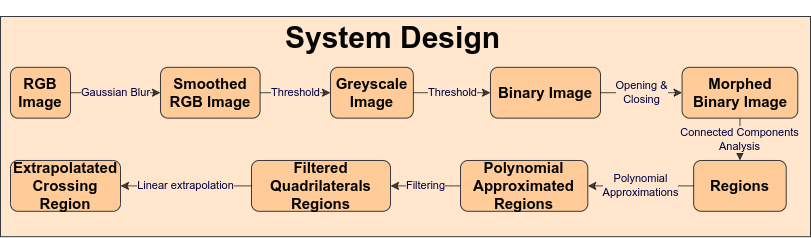
Above: system.png in ADVIKBAHADUR/Pedestrian_Crossing_detector (draw.io), before the change. Source tidied: cells renumbered, new cells last; positions are measured from the earlier drawing's top-left corner, leaving out a move shared by most shapes. The source it was exported from:
```xml
<mxGraphModel>
  <root>
    <mxCell id="0" />
    <mxCell id="1" parent="0" />
    <mxCell id="2" style="group;" parent="1" vertex="1">
      <mxGeometry width="810" height="220.2" as="geometry" />
    </mxCell>
    <mxCell id="3" style="rounded=0;whiteSpace=wrap;html=1;labelBackgroundColor=none;fontSize=15;fillColor=#FFE6CC;strokeColor=#36393d;" parent="2" vertex="1">
      <mxGeometry width="810" height="220.2" as="geometry" />
    </mxCell>
    <mxCell id="4" value="&lt;span style=&quot;font-family: Helvetica; font-size: 15px; font-style: normal; font-variant-ligatures: normal; font-variant-caps: normal; letter-spacing: normal; orphans: 2; text-align: center; text-indent: 0px; text-transform: none; widows: 2; word-spacing: 0px; -webkit-text-stroke-width: 0px; text-decoration-thickness: initial; text-decoration-style: initial; text-decoration-color: initial; float: none; display: inline !important;&quot;&gt;RGB Image&lt;/span&gt;" style="rounded=1;whiteSpace=wrap;html=1;fillColor=#ffcc99;strokeColor=#36393d;fontStyle=1;fontSize=15;fontColor=#050505;labelBackgroundColor=none;" parent="2" vertex="1">
      <mxGeometry x="10" y="50.8" width="60" height="50.8" as="geometry" />
    </mxCell>
    <mxCell id="5" value="&lt;span style=&quot;font-family: Helvetica; font-size: 15px; font-style: normal; font-variant-ligatures: normal; font-variant-caps: normal; letter-spacing: normal; orphans: 2; text-align: center; text-indent: 0px; text-transform: none; widows: 2; word-spacing: 0px; -webkit-text-stroke-width: 0px; text-decoration-thickness: initial; text-decoration-style: initial; text-decoration-color: initial; float: none; display: inline !important;&quot;&gt;Smoothed&lt;br style=&quot;font-size: 15px;&quot;&gt;RGB Image&lt;br style=&quot;font-size: 15px;&quot;&gt;&lt;/span&gt;" style="rounded=1;whiteSpace=wrap;html=1;fillColor=#ffcc99;strokeColor=#36393d;fontStyle=1;fontSize=15;fontColor=#050505;labelBackgroundColor=none;" parent="2" vertex="1">
      <mxGeometry x="160" y="50.8" width="99.6" height="50.8" as="geometry" />
    </mxCell>
    <mxCell id="6" value="&lt;p style=&quot;line-height: 110%;&quot;&gt;Gaussian Blur&lt;/p&gt;" style="edgeStyle=none;html=1;labelBackgroundColor=#FFE6CC;fontColor=#000042;strokeColor=#000000;opacity=70;labelPosition=right;verticalLabelPosition=middle;align=center;verticalAlign=middle;spacingLeft=0;labelBorderColor=none;" parent="2" edge="1" source="4" target="5">
      <mxGeometry relative="1" as="geometry" />
    </mxCell>
    <mxCell id="7" value="&lt;span style=&quot;font-family: Helvetica; font-size: 15px; font-style: normal; font-variant-ligatures: normal; font-variant-caps: normal; letter-spacing: normal; orphans: 2; text-align: center; text-indent: 0px; text-transform: none; widows: 2; word-spacing: 0px; -webkit-text-stroke-width: 0px; text-decoration-thickness: initial; text-decoration-style: initial; text-decoration-color: initial; float: none; display: inline !important;&quot;&gt;Greyscale Image&lt;br style=&quot;font-size: 15px;&quot;&gt;&lt;/span&gt;" style="rounded=1;whiteSpace=wrap;html=1;fillColor=#ffcc99;strokeColor=#36393d;fontStyle=1;fontSize=15;fontColor=#050505;labelBackgroundColor=none;" parent="2" vertex="1">
      <mxGeometry x="330" y="50.8" width="82.8" height="50.8" as="geometry" />
    </mxCell>
    <mxCell id="8" value="Threshold" style="edgeStyle=none;html=1;strokeColor=#000000;labelBackgroundColor=#FFE6CC;fontColor=#000042;opacity=70;align=center;labelPosition=right;verticalLabelPosition=middle;verticalAlign=middle;labelBorderColor=none;" parent="2" edge="1" source="5" target="7">
      <mxGeometry relative="1" as="geometry" />
    </mxCell>
    <mxCell id="9" value="&lt;span style=&quot;font-family: Helvetica; font-size: 15px; font-style: normal; font-variant-ligatures: normal; font-variant-caps: normal; letter-spacing: normal; orphans: 2; text-align: center; text-indent: 0px; text-transform: none; widows: 2; word-spacing: 0px; -webkit-text-stroke-width: 0px; text-decoration-thickness: initial; text-decoration-style: initial; text-decoration-color: initial; float: none; display: inline !important;&quot;&gt;Binary Image&lt;br style=&quot;font-size: 15px;&quot;&gt;&lt;/span&gt;" style="rounded=1;whiteSpace=wrap;html=1;fillColor=#ffcc99;strokeColor=#36393d;fontStyle=1;fontSize=15;fontColor=#050505;labelBackgroundColor=none;" parent="2" vertex="1">
      <mxGeometry x="490" y="50.8" width="110" height="50.8" as="geometry" />
    </mxCell>
    <mxCell id="10" value="Threshold" style="edgeStyle=none;html=1;labelBackgroundColor=#FFE6CC;fontColor=#000042;strokeColor=#000000;opacity=70;align=center;labelPosition=right;verticalLabelPosition=middle;verticalAlign=middle;labelBorderColor=none;" parent="2" edge="1" source="7" target="9">
      <mxGeometry relative="1" as="geometry" />
    </mxCell>
    <mxCell id="11" value="&lt;span style=&quot;font-family: Helvetica; font-size: 15px; font-style: normal; font-variant-ligatures: normal; font-variant-caps: normal; letter-spacing: normal; orphans: 2; text-align: center; text-indent: 0px; text-transform: none; widows: 2; word-spacing: 0px; -webkit-text-stroke-width: 0px; text-decoration-thickness: initial; text-decoration-style: initial; text-decoration-color: initial; float: none; display: inline !important;&quot;&gt;Morphed&lt;br style=&quot;font-size: 15px;&quot;&gt;Binary Image&lt;br style=&quot;font-size: 15px;&quot;&gt;&lt;/span&gt;" style="rounded=1;whiteSpace=wrap;html=1;fillColor=#ffcc99;strokeColor=#36393d;fontStyle=1;fontSize=15;fontColor=#050505;labelBackgroundColor=none;" parent="2" vertex="1">
      <mxGeometry x="681.6" y="50.8" width="115.7" height="50.8" as="geometry" />
    </mxCell>
    <mxCell id="12" value="Opening &amp;amp;&lt;br&gt;Closing" style="edgeStyle=none;html=1;labelBackgroundColor=#FFE6CC;fontColor=#000042;strokeColor=#000000;opacity=70;align=center;labelPosition=right;verticalLabelPosition=middle;verticalAlign=middle;labelBorderColor=none;" parent="2" edge="1" source="9" target="11">
      <mxGeometry relative="1" as="geometry" />
    </mxCell>
    <mxCell id="13" value="&lt;span style=&quot;font-family: Helvetica; font-size: 15px; font-style: normal; font-variant-ligatures: normal; font-variant-caps: normal; letter-spacing: normal; orphans: 2; text-align: center; text-indent: 0px; text-transform: none; widows: 2; word-spacing: 0px; -webkit-text-stroke-width: 0px; text-decoration-thickness: initial; text-decoration-style: initial; text-decoration-color: initial; float: none; display: inline !important;&quot;&gt;Regions&lt;br style=&quot;font-size: 15px;&quot;&gt;&lt;/span&gt;" style="rounded=1;whiteSpace=wrap;html=1;fillColor=#ffcc99;strokeColor=#36393d;fontStyle=1;fontSize=15;fontColor=#050505;labelBackgroundColor=none;" parent="2" vertex="1">
      <mxGeometry x="693.1" y="144" width="92.6" height="50.8" as="geometry" />
    </mxCell>
    <mxCell id="14" value="Connected Components &lt;br&gt;Analysis" style="edgeStyle=none;html=1;labelBackgroundColor=#FFE6CC;fontColor=#000042;strokeColor=#000000;opacity=70;align=center;labelPosition=right;verticalLabelPosition=middle;verticalAlign=middle;labelBorderColor=none;" parent="2" edge="1" source="11" target="13">
      <mxGeometry relative="1" as="geometry" />
    </mxCell>
    <mxCell id="15" value="&lt;span style=&quot;font-family: Helvetica; font-size: 15px; font-style: normal; font-variant-ligatures: normal; font-variant-caps: normal; letter-spacing: normal; orphans: 2; text-align: center; text-indent: 0px; text-transform: none; widows: 2; word-spacing: 0px; -webkit-text-stroke-width: 0px; text-decoration-thickness: initial; text-decoration-style: initial; text-decoration-color: initial; float: none; display: inline !important;&quot;&gt;Filtered Quadrilaterals Regions&lt;br style=&quot;font-size: 15px;&quot;&gt;&lt;/span&gt;" style="rounded=1;whiteSpace=wrap;html=1;fillColor=#ffcc99;strokeColor=#36393d;fontStyle=1;fontSize=15;fontColor=#050505;labelBackgroundColor=none;" parent="2" vertex="1">
      <mxGeometry x="251" y="144" width="139" height="50.8" as="geometry" />
    </mxCell>
    <mxCell id="16" value="&lt;span style=&quot;font-family: Helvetica; font-size: 15px; font-style: normal; font-variant-ligatures: normal; font-variant-caps: normal; letter-spacing: normal; orphans: 2; text-align: center; text-indent: 0px; text-transform: none; widows: 2; word-spacing: 0px; -webkit-text-stroke-width: 0px; text-decoration-thickness: initial; text-decoration-style: initial; text-decoration-color: initial; float: none; display: inline !important;&quot;&gt;Extrapolatated Crossing&lt;br style=&quot;font-size: 15px;&quot;&gt;Region&lt;br style=&quot;font-size: 15px;&quot;&gt;&lt;/span&gt;" style="rounded=1;whiteSpace=wrap;html=1;fillColor=#ffcc99;strokeColor=#36393d;fontStyle=1;fontSize=15;fontColor=#050505;labelBackgroundColor=none;" parent="2" vertex="1">
      <mxGeometry x="10" y="144" width="110" height="50.8" as="geometry" />
    </mxCell>
    <mxCell id="17" value="Linear extrapolation" style="edgeStyle=none;html=1;labelBackgroundColor=#FFE6CC;fontColor=#000042;strokeColor=#000000;opacity=70;align=center;labelPosition=right;verticalLabelPosition=middle;verticalAlign=middle;labelBorderColor=none;" parent="2" edge="1" source="15" target="16">
      <mxGeometry relative="1" as="geometry" />
    </mxCell>
    <mxCell id="18" value="Filtering" style="edgeStyle=none;html=1;jumpStyle=sharp;jumpSize=4;labelBackgroundColor=#FFE6CC;fontColor=#000042;strokeColor=#000000;opacity=70;align=center;labelPosition=right;verticalLabelPosition=middle;verticalAlign=middle;labelBorderColor=none;" parent="2" edge="1" source="19" target="15">
      <mxGeometry relative="1" as="geometry" />
    </mxCell>
    <mxCell id="19" value="Polynomial Approximated Regions" style="rounded=1;whiteSpace=wrap;html=1;fillColor=#ffcc99;strokeColor=#36393d;fontStyle=1;fontSize=15;fontColor=#050505;labelBackgroundColor=none;" parent="2" vertex="1">
      <mxGeometry x="460" y="144" width="127.3" height="50.8" as="geometry" />
    </mxCell>
    <mxCell id="20" value="Polynomial &lt;br&gt;Approximations" style="edgeStyle=none;html=1;labelBackgroundColor=#FFE6CC;fontColor=#000042;strokeColor=#000000;opacity=70;align=center;labelPosition=right;verticalLabelPosition=middle;verticalAlign=middle;labelBorderColor=none;" parent="2" edge="1" source="13" target="19">
      <mxGeometry relative="1" as="geometry" />
    </mxCell>
    <mxCell id="21" value="&lt;h1&gt;System Design&lt;/h1&gt;" style="text;html=1;strokeColor=none;fillColor=none;align=center;verticalAlign=middle;whiteSpace=wrap;rounded=0;labelBackgroundColor=none;fontSize=15;fontColor=#050505;" parent="2" vertex="1">
      <mxGeometry x="86.6" y="8.5" width="611" height="25.4" as="geometry" />
    </mxCell>
  </root>
</mxGraphModel>
```
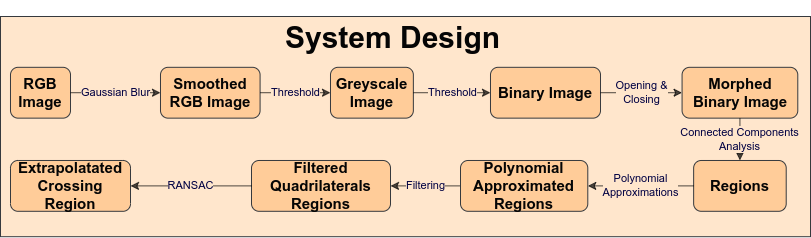
Above is the later version.

What changed in the source:
```diff
@@ -45,9 +45,9 @@
       <mxGeometry x="251" y="144" width="139" height="50.8" as="geometry" />
     </mxCell>
     <mxCell id="16" value="&lt;span style=&quot;font-family: Helvetica; font-size: 15px; font-style: normal; font-variant-ligatures: normal; font-variant-caps: normal; letter-spacing: normal; orphans: 2; text-align: center; text-indent: 0px; text-transform: none; widows: 2; word-spacing: 0px; -webkit-text-stroke-width: 0px; text-decoration-thickness: initial; text-decoration-style: initial; text-decoration-color: initial; float: none; display: inline !important;&quot;&gt;Extrapolatated Crossing&lt;br style=&quot;font-size: 15px;&quot;&gt;Region&lt;br style=&quot;font-size: 15px;&quot;&gt;&lt;/span&gt;" style="rounded=1;whiteSpace=wrap;html=1;fillColor=#ffcc99;strokeColor=#36393d;fontStyle=1;fontSize=15;fontColor=#050505;labelBackgroundColor=none;" parent="2" vertex="1">
-      <mxGeometry x="10" y="144" width="110" height="50.8" as="geometry" />
+      <mxGeometry x="10" y="144" width="120" height="50.8" as="geometry" />
     </mxCell>
-    <mxCell id="17" value="Linear extrapolation" style="edgeStyle=none;html=1;labelBackgroundColor=#FFE6CC;fontColor=#000042;strokeColor=#000000;opacity=70;align=center;labelPosition=right;verticalLabelPosition=middle;verticalAlign=middle;labelBorderColor=none;" parent="2" edge="1" source="15" target="16">
+    <mxCell id="17" value="RANSAC" style="edgeStyle=none;html=1;labelBackgroundColor=#FFE6CC;fontColor=#000042;strokeColor=#000000;opacity=70;align=center;labelPosition=right;verticalLabelPosition=middle;verticalAlign=middle;labelBorderColor=none;" parent="2" edge="1" source="15" target="16">
       <mxGeometry relative="1" as="geometry" />
     </mxCell>
     <mxCell id="18" value="Filtering" style="edgeStyle=none;html=1;jumpStyle=sharp;jumpSize=4;labelBackgroundColor=#FFE6CC;fontColor=#000042;strokeColor=#000000;opacity=70;align=center;labelPosition=right;verticalLabelPosition=middle;verticalAlign=middle;labelBorderColor=none;" parent="2" edge="1" source="19" target="15">
```
